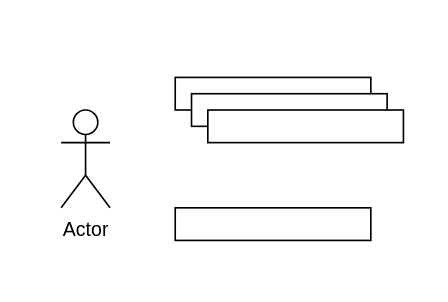
The draw.io diagram i2i关联推荐.drawio in TimDengx86/diag, before the edit. Source tidied: cells renumbered, new cells numbered last; positions are measured from the earlier drawing's top-left corner, leaving out a move shared by most shapes. Both pictures are drawn from the tidied source at 163%, with x=0, y=0 at pixel (60, 77).
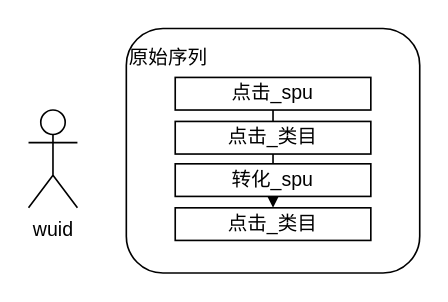
After the change.

Commit message (it also covers changes not shown here):
更新i2i关联推荐.drawio

Change to the diagram source:
```diff
@@
 <mxGraphModel>
   <root>
     <mxCell id="0" />
     <mxCell id="1" parent="0" />
+    <mxCell id="7" value="&lt;div style=&quot;&quot;&gt;&lt;span style=&quot;background-color: initial;&quot;&gt;原始序列&lt;/span&gt;&lt;/div&gt;&lt;div style=&quot;&quot;&gt;&lt;span style=&quot;background-color: initial;&quot;&gt;&lt;br&gt;&lt;/span&gt;&lt;/div&gt;&lt;div style=&quot;&quot;&gt;&lt;span style=&quot;background-color: initial;&quot;&gt;&lt;br&gt;&lt;/span&gt;&lt;/div&gt;&lt;div style=&quot;&quot;&gt;&lt;span style=&quot;background-color: initial;&quot;&gt;&lt;br&gt;&lt;/span&gt;&lt;/div&gt;&lt;div style=&quot;&quot;&gt;&lt;span style=&quot;background-color: initial;&quot;&gt;&lt;br&gt;&lt;/span&gt;&lt;/div&gt;&lt;div style=&quot;&quot;&gt;&lt;span style=&quot;background-color: initial;&quot;&gt;&lt;br&gt;&lt;/span&gt;&lt;/div&gt;&lt;div style=&quot;&quot;&gt;&lt;span style=&quot;background-color: initial;&quot;&gt;&lt;br&gt;&lt;/span&gt;&lt;/div&gt;&lt;div style=&quot;&quot;&gt;&lt;span style=&quot;background-color: initial;&quot;&gt;&lt;br&gt;&lt;/span&gt;&lt;/div&gt;&lt;div style=&quot;&quot;&gt;&lt;span style=&quot;background-color: initial;&quot;&gt;&lt;br&gt;&lt;/span&gt;&lt;/div&gt;" style="rounded=1;whiteSpace=wrap;html=1;align=left;" parent="1" vertex="1">
+      <mxGeometry x="40" y="-30" width="180" height="150" as="geometry" />
+    </mxCell>
+    <mxCell id="8" style="edgeStyle=orthogonalEdgeStyle;rounded=0;jettySize=auto;html=1;" parent="1" edge="1" source="2" target="6">
+      <mxGeometry relative="1" as="geometry" />
+    </mxCell>
-    <mxCell id="2" style="rounded=0;whiteSpace=wrap;html=1;" parent="1" vertex="1">
+    <mxCell id="2" value="点击_spu" style="rounded=0;whiteSpace=wrap;html=1;" parent="1" vertex="1">
       <mxGeometry x="70" width="120" height="20" as="geometry" />
     </mxCell>
-    <mxCell id="3" value="Actor" style="shape=umlActor;verticalLabelPosition=bottom;verticalAlign=top;html=1;" parent="1" vertex="1">
-      <mxGeometry y="20" width="30" height="60" as="geometry" />
+    <mxCell id="3" value="wuid" style="shape=umlActor;verticalLabelPosition=bottom;verticalAlign=top;html=1;" parent="1" vertex="1">
+      <mxGeometry x="-20" y="20" width="30" height="60" as="geometry" />
     </mxCell>
-    <mxCell id="4" style="rounded=0;whiteSpace=wrap;html=1;" parent="1" vertex="1">
-      <mxGeometry x="80" y="10" width="120" height="20" as="geometry" />
+    <mxCell id="4" value="点击_类目" style="rounded=0;whiteSpace=wrap;html=1;" parent="1" vertex="1">
+      <mxGeometry x="70" y="27" width="120" height="20" as="geometry" />
     </mxCell>
-    <mxCell id="5" style="rounded=0;whiteSpace=wrap;html=1;" parent="1" vertex="1">
-      <mxGeometry x="90" y="20" width="120" height="20" as="geometry" />
+    <mxCell id="5" value="转化_spu" style="rounded=0;whiteSpace=wrap;html=1;" parent="1" vertex="1">
+      <mxGeometry x="70" y="53" width="120" height="20" as="geometry" />
     </mxCell>
-    <mxCell id="6" style="rounded=0;whiteSpace=wrap;html=1;" parent="1" vertex="1">
+    <mxCell id="6" value="点击_类目" style="rounded=0;whiteSpace=wrap;html=1;" parent="1" vertex="1">
       <mxGeometry x="70" y="80" width="120" height="20" as="geometry" />
     </mxCell>
   </root>
 </mxGraphModel>
```
